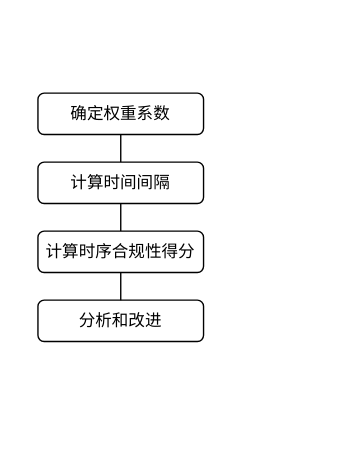
Earlier version of the draw.io diagram page "第 5 页" (4 of 4) of 原油专利.drawio (jue73/7339). Source tidied: cells renumbered, new cells numbered last; positions are measured from the earlier drawing's top-left corner, leaving out a move shared by most shapes. Both pictures are drawn from the tidied source at 138%, with x=0, y=0 at pixel (37, 92).
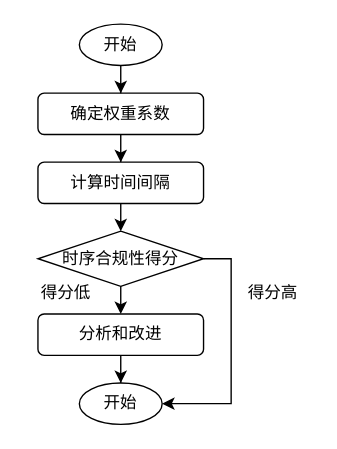
After the change.

Change to the diagram source:
```diff
@@
 <mxGraphModel>
   <root>
     <mxCell id="0" />
     <mxCell id="1" parent="0" />
-    <mxCell id="2" style="edgeStyle=orthogonalEdgeStyle;rounded=0;jettySize=auto;html=1;endArrow=none;endFill=0;" parent="1" edge="1" source="3" target="5">
+    <mxCell id="2" style="edgeStyle=orthogonalEdgeStyle;rounded=0;jettySize=auto;html=1;endArrow=classic;endFill=1;" parent="1" edge="1" source="3" target="5">
       <mxGeometry relative="1" as="geometry" />
     </mxCell>
     <mxCell id="3" value="&lt;p class=&quot;MsoNormal&quot;&gt;确定权重系数&lt;/p&gt;" style="rounded=1;whiteSpace=wrap;html=1;" parent="1" vertex="1">
       <mxGeometry width="120" height="30" as="geometry" />
     </mxCell>
-    <mxCell id="4" style="edgeStyle=orthogonalEdgeStyle;rounded=0;jettySize=auto;html=1;endArrow=none;endFill=0;" parent="1" edge="1" source="5" target="8">
-      <mxGeometry relative="1" as="geometry" />
+    <mxCell id="4" style="edgeStyle=orthogonalEdgeStyle;rounded=0;jettySize=auto;html=1;endArrow=classic;endFill=1;" parent="1" edge="1" source="5">
+      <mxGeometry relative="1" as="geometry">
+        <mxPoint x="60" y="100" as="targetPoint" />
+      </mxGeometry>
     </mxCell>
     <mxCell id="5" value="&lt;p class=&quot;MsoNormal&quot;&gt;计算时间间隔&lt;/p&gt;" style="rounded=1;whiteSpace=wrap;html=1;" parent="1" vertex="1">
       <mxGeometry y="50" width="120" height="30" as="geometry" />
     </mxCell>
+    <mxCell id="9" style="edgeStyle=orthogonalEdgeStyle;rounded=0;jettySize=auto;html=1;entryX=0.5;entryY=0;entryDx=0;entryDy=0;" parent="1" edge="1" source="6" target="14">
+      <mxGeometry relative="1" as="geometry" />
+    </mxCell>
     <mxCell id="6" value="&lt;p class=&quot;MsoNormal&quot;&gt;分析和改进&lt;/p&gt;" style="rounded=1;whiteSpace=wrap;html=1;" parent="1" vertex="1">
-      <mxGeometry y="150" width="120" height="30" as="geometry" />
+      <mxGeometry y="160" width="120" height="30" as="geometry" />
     </mxCell>
-    <mxCell id="7" style="edgeStyle=orthogonalEdgeStyle;rounded=0;jettySize=auto;html=1;entryX=0.5;entryY=0;entryDx=0;entryDy=0;endArrow=none;endFill=0;" parent="1" edge="1" source="8" target="6">
-      <mxGeometry relative="1" as="geometry" />
+    <mxCell id="7" style="edgeStyle=orthogonalEdgeStyle;rounded=0;jettySize=auto;html=1;entryX=0.5;entryY=0;entryDx=0;entryDy=0;endArrow=classic;endFill=1;" parent="1" edge="1" target="6">
+      <mxGeometry relative="1" as="geometry">
+        <mxPoint x="60" y="130" as="sourcePoint" />
+      </mxGeometry>
     </mxCell>
-    <mxCell id="8" value="&lt;p class=&quot;MsoNormal&quot;&gt;计算时序合规性得分&lt;/p&gt;" style="rounded=1;whiteSpace=wrap;html=1;" parent="1" vertex="1">
-      <mxGeometry y="100" width="120" height="30" as="geometry" />
-    </mxCell>
+    <mxCell id="10" style="edgeStyle=orthogonalEdgeStyle;rounded=0;jettySize=auto;html=1;entryX=0.5;entryY=0;entryDx=0;entryDy=0;" parent="1" edge="1" source="11" target="3">
+      <mxGeometry relative="1" as="geometry" />
+    </mxCell>
+    <mxCell id="11" value="开始" style="ellipse;whiteSpace=wrap;html=1;" parent="1" vertex="1">
+      <mxGeometry x="30" y="-50" width="60" height="30" as="geometry" />
+    </mxCell>
+    <mxCell id="12" style="edgeStyle=orthogonalEdgeStyle;rounded=0;jettySize=auto;html=1;entryX=1;entryY=0.5;entryDx=0;entryDy=0;" parent="1" edge="1" source="13" target="14">
+      <mxGeometry relative="1" as="geometry">
+        <Array as="points">
+          <mxPoint x="140" y="120" />
+          <mxPoint x="140" y="225" />
+        </Array>
+      </mxGeometry>
+    </mxCell>
+    <mxCell id="13" value="时序合规性得分" style="rhombus;whiteSpace=wrap;html=1;" parent="1" vertex="1">
+      <mxGeometry y="100" width="120" height="40" as="geometry" />
+    </mxCell>
+    <mxCell id="14" value="开始" style="ellipse;whiteSpace=wrap;html=1;" parent="1" vertex="1">
+      <mxGeometry x="30" y="210" width="60" height="30" as="geometry" />
+    </mxCell>
+    <mxCell id="15" value="得分低" style="text;html=1;align=center;verticalAlign=middle;strokeColor=none;fillColor=none;" parent="1" vertex="1">
+      <mxGeometry x="-10" y="130" width="60" height="30" as="geometry" />
+    </mxCell>
+    <mxCell id="16" value="得分高" style="text;html=1;align=center;verticalAlign=middle;strokeColor=none;fillColor=none;" parent="1" vertex="1">
+      <mxGeometry x="140" y="130" width="60" height="30" as="geometry" />
+    </mxCell>
   </root>
 </mxGraphModel>
```
